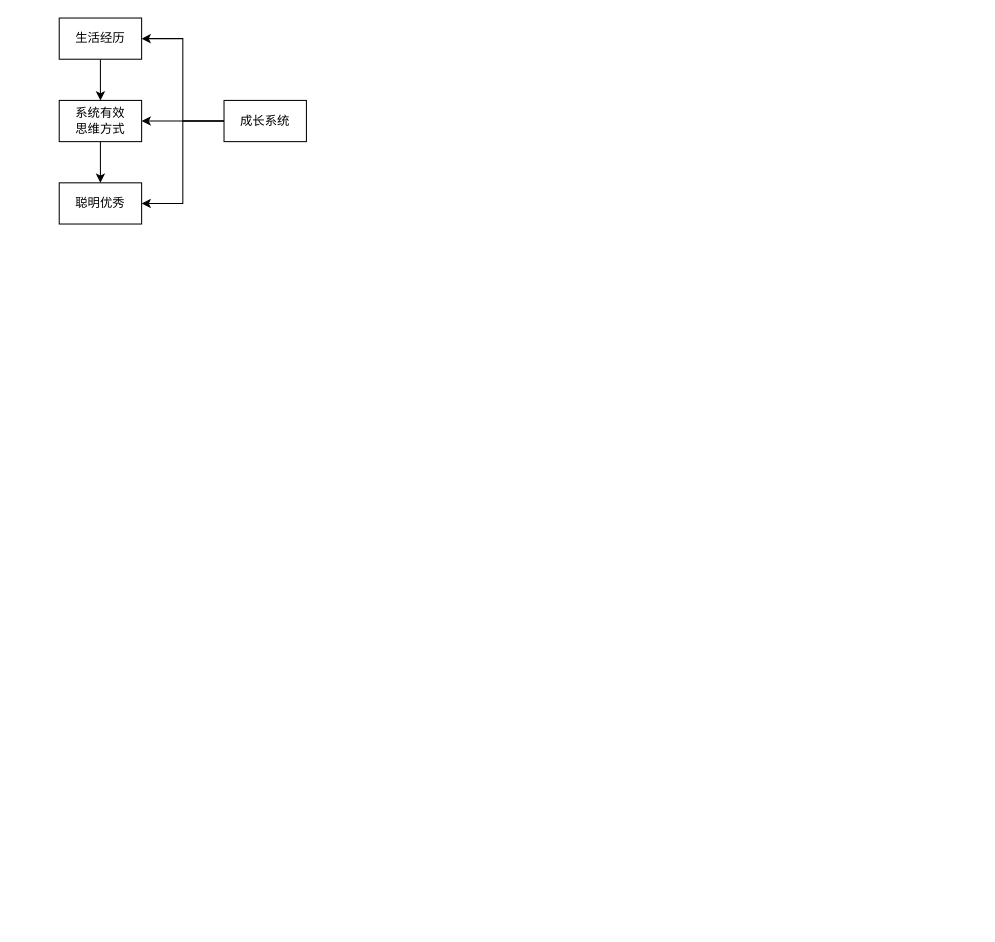
This is 深度思考.drawio from youyusan/open_mind, a draw.io file, before an edit. Source tidied: cells renumbered, new cells numbered last; positions are measured from the earlier drawing's top-left corner, leaving out a move shared by most shapes. Both pictures are drawn from the tidied source at 103%, with x=0, y=0 at pixel (59, 18).
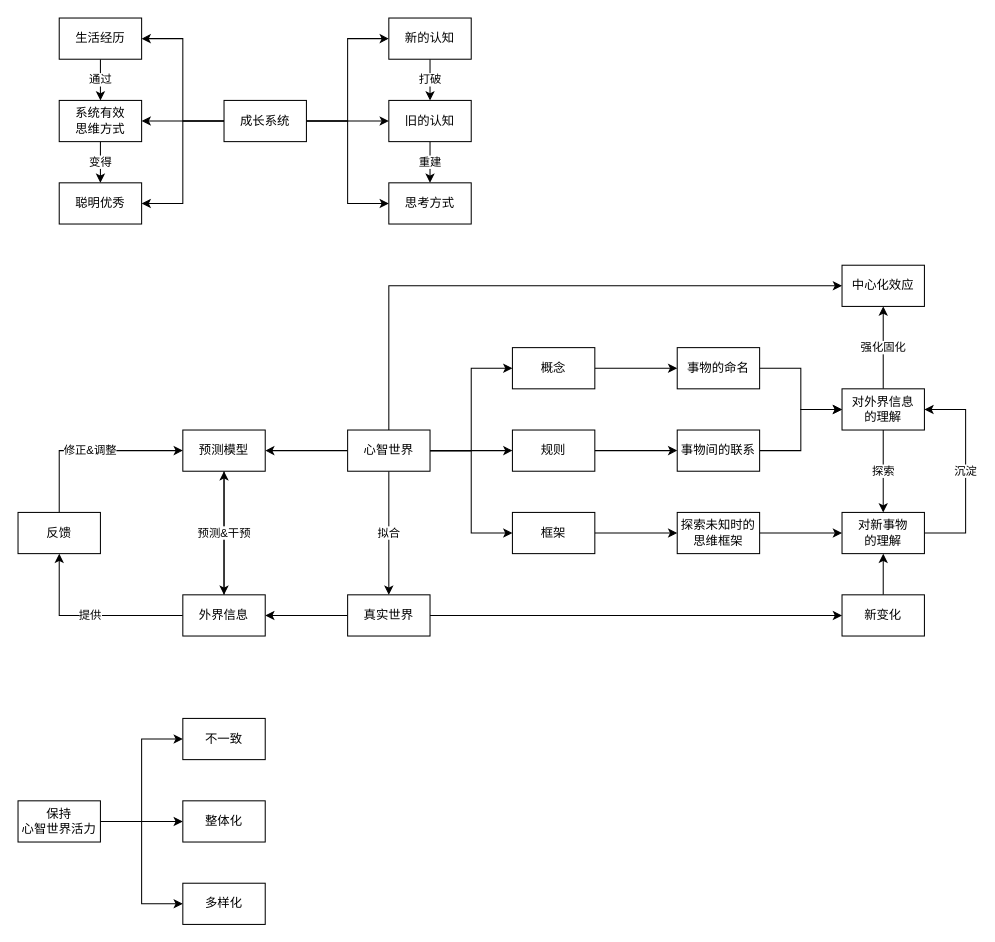
The same page after the edit.

Commit message (it also covers changes not shown here):
更新深度思考.drawio

The change refers to these unchanged cells:
```xml
<mxCell id="3" value="生活经历" style="rounded=0;whiteSpace=wrap;html=1;flipV=1;flipH=1;" parent="1" vertex="1">
  <mxGeometry width="80" height="40" as="geometry" />
</mxCell>
<mxCell id="5" value="系统有效&lt;br&gt;思维方式" style="rounded=0;whiteSpace=wrap;html=1;flipV=1;flipH=1;" parent="1" vertex="1">
  <mxGeometry y="80" width="80" height="40" as="geometry" />
</mxCell>
<mxCell id="6" value="聪明优秀" style="rounded=0;whiteSpace=wrap;html=1;flipV=1;flipH=1;" parent="1" vertex="1">
  <mxGeometry y="160" width="80" height="40" as="geometry" />
</mxCell>
<mxCell id="10" value="成长系统" style="rounded=0;whiteSpace=wrap;html=1;" parent="1" vertex="1">
  <mxGeometry x="160" y="80" width="80" height="40" as="geometry" />
</mxCell>
```

Change to the diagram source:
```diff
@@
-    <mxCell id="2" style="edgeStyle=orthogonalEdgeStyle;rounded=0;jettySize=auto;html=1;" parent="1" edge="1" source="3" target="5">
+    <mxCell id="2" value="通过" style="edgeStyle=orthogonalEdgeStyle;rounded=0;jettySize=auto;html=1;" parent="1" edge="1" source="3" target="5">
       <mxGeometry relative="1" as="geometry" />
     </mxCell>
@@
-    <mxCell id="4" style="edgeStyle=orthogonalEdgeStyle;rounded=0;jettySize=auto;html=1;" parent="1" edge="1" source="5" target="6">
+    <mxCell id="4" value="变得" style="edgeStyle=orthogonalEdgeStyle;rounded=0;jettySize=auto;html=1;" parent="1" edge="1" source="5" target="6">
       <mxGeometry relative="1" as="geometry" />
     </mxCell>
@@
+    <mxCell id="11" style="edgeStyle=orthogonalEdgeStyle;rounded=0;jettySize=auto;html=1;entryX=0;entryY=0.5;entryDx=0;entryDy=0;" parent="1" edge="1" source="10" target="25">
+      <mxGeometry relative="1" as="geometry" />
+    </mxCell>
+    <mxCell id="12" style="edgeStyle=orthogonalEdgeStyle;rounded=0;jettySize=auto;html=1;entryX=0;entryY=0.5;entryDx=0;entryDy=0;" parent="1" edge="1" source="10" target="27">
+      <mxGeometry relative="1" as="geometry" />
+    </mxCell>
+    <mxCell id="13" style="edgeStyle=orthogonalEdgeStyle;rounded=0;jettySize=auto;html=1;entryX=0;entryY=0.5;entryDx=0;entryDy=0;" parent="1" edge="1" source="10" target="28">
+      <mxGeometry relative="1" as="geometry" />
+    </mxCell>
@@
+    <mxCell id="14" value="拟合" style="edgeStyle=orthogonalEdgeStyle;rounded=0;jettySize=auto;html=1;" parent="1" edge="1" source="20" target="23">
+      <mxGeometry relative="1" as="geometry" />
+    </mxCell>
+    <mxCell id="15" style="edgeStyle=orthogonalEdgeStyle;rounded=0;jettySize=auto;html=1;entryX=1;entryY=0.5;entryDx=0;entryDy=0;" parent="1" edge="1" source="20" target="30">
+      <mxGeometry relative="1" as="geometry" />
+    </mxCell>
+    <mxCell id="16" style="edgeStyle=orthogonalEdgeStyle;rounded=0;jettySize=auto;html=1;entryX=0;entryY=0.5;entryDx=0;entryDy=0;" parent="1" edge="1" source="20" target="37">
+      <mxGeometry relative="1" as="geometry" />
+    </mxCell>
+    <mxCell id="17" style="edgeStyle=orthogonalEdgeStyle;rounded=0;jettySize=auto;html=1;" parent="1" edge="1" source="20" target="39">
+      <mxGeometry relative="1" as="geometry" />
+    </mxCell>
+    <mxCell id="18" style="edgeStyle=orthogonalEdgeStyle;rounded=0;jettySize=auto;html=1;entryX=0;entryY=0.5;entryDx=0;entryDy=0;" parent="1" edge="1" source="20" target="41">
+      <mxGeometry relative="1" as="geometry" />
+    </mxCell>
+    <mxCell id="19" style="edgeStyle=orthogonalEdgeStyle;rounded=0;jettySize=auto;html=1;entryX=0;entryY=0.5;entryDx=0;entryDy=0;" parent="1" edge="1" source="20" target="55">
+      <mxGeometry relative="1" as="geometry">
+        <Array as="points">
+          <mxPoint x="320" y="260" />
+        </Array>
+      </mxGeometry>
+    </mxCell>
+    <mxCell id="20" value="心智世界" style="rounded=0;whiteSpace=wrap;html=1;" parent="1" vertex="1">
+      <mxGeometry x="280" y="400" width="80" height="40" as="geometry" />
+    </mxCell>
+    <mxCell id="21" style="edgeStyle=orthogonalEdgeStyle;rounded=0;jettySize=auto;html=1;" parent="1" edge="1" source="23" target="35">
+      <mxGeometry relative="1" as="geometry" />
+    </mxCell>
+    <mxCell id="22" style="edgeStyle=orthogonalEdgeStyle;rounded=0;jettySize=auto;html=1;entryX=0;entryY=0.5;entryDx=0;entryDy=0;" parent="1" edge="1" source="23" target="54">
+      <mxGeometry relative="1" as="geometry" />
+    </mxCell>
+    <mxCell id="23" value="真实世界" style="rounded=0;whiteSpace=wrap;html=1;" parent="1" vertex="1">
+      <mxGeometry x="280" y="560" width="80" height="40" as="geometry" />
+    </mxCell>
+    <mxCell id="24" value="打破" style="edgeStyle=orthogonalEdgeStyle;rounded=0;jettySize=auto;html=1;entryX=0.5;entryY=0;entryDx=0;entryDy=0;" parent="1" edge="1" source="25" target="27">
+      <mxGeometry relative="1" as="geometry" />
+    </mxCell>
+    <mxCell id="25" value="新的认知" style="rounded=0;whiteSpace=wrap;html=1;" parent="1" vertex="1">
+      <mxGeometry x="320" width="80" height="40" as="geometry" />
+    </mxCell>
+    <mxCell id="26" value="重建" style="edgeStyle=orthogonalEdgeStyle;rounded=0;jettySize=auto;html=1;" parent="1" edge="1" source="27" target="28">
+      <mxGeometry relative="1" as="geometry" />
+    </mxCell>
+    <mxCell id="27" value="旧的认知" style="rounded=0;whiteSpace=wrap;html=1;" parent="1" vertex="1">
+      <mxGeometry x="320" y="80" width="80" height="40" as="geometry" />
+    </mxCell>
+    <mxCell id="28" value="思考方式" style="rounded=0;whiteSpace=wrap;html=1;" parent="1" vertex="1">
+      <mxGeometry x="320" y="160" width="80" height="40" as="geometry" />
+    </mxCell>
+    <mxCell id="29" style="edgeStyle=orthogonalEdgeStyle;rounded=0;jettySize=auto;html=1;" parent="1" edge="1" source="30" target="35">
+      <mxGeometry relative="1" as="geometry" />
+    </mxCell>
+    <mxCell id="30" value="预测模型" style="rounded=0;whiteSpace=wrap;html=1;" parent="1" vertex="1">
+      <mxGeometry x="120" y="400" width="80" height="40" as="geometry" />
+    </mxCell>
+    <mxCell id="31" value="修正&amp;amp;调整" style="edgeStyle=orthogonalEdgeStyle;rounded=0;jettySize=auto;html=1;entryX=0;entryY=0.5;entryDx=0;entryDy=0;" parent="1" edge="1" source="32" target="30">
+      <mxGeometry relative="1" as="geometry">
+        <Array as="points">
+          <mxPoint y="420" />
+        </Array>
+      </mxGeometry>
+    </mxCell>
+    <mxCell id="32" value="反馈" style="rounded=0;whiteSpace=wrap;html=1;" parent="1" vertex="1">
+      <mxGeometry x="-40" y="480" width="80" height="40" as="geometry" />
+    </mxCell>
+    <mxCell id="33" value="提供" style="edgeStyle=orthogonalEdgeStyle;rounded=0;jettySize=auto;html=1;entryX=0.5;entryY=1;entryDx=0;entryDy=0;" parent="1" edge="1" source="35" target="32">
+      <mxGeometry relative="1" as="geometry" />
+    </mxCell>
+    <mxCell id="34" value="预测&amp;amp;干预" style="edgeStyle=orthogonalEdgeStyle;rounded=0;jettySize=auto;html=1;entryX=0.5;entryY=1;entryDx=0;entryDy=0;" parent="1" edge="1" source="35" target="30">
+      <mxGeometry relative="1" as="geometry" />
+    </mxCell>
+    <mxCell id="35" value="外界信息" style="rounded=0;whiteSpace=wrap;html=1;" parent="1" vertex="1">
+      <mxGeometry x="120" y="560" width="80" height="40" as="geometry" />
+    </mxCell>
+    <mxCell id="36" style="edgeStyle=orthogonalEdgeStyle;rounded=0;jettySize=auto;html=1;" parent="1" edge="1" source="37" target="43">
+      <mxGeometry relative="1" as="geometry" />
+    </mxCell>
+    <mxCell id="37" value="概念" style="rounded=0;whiteSpace=wrap;html=1;" parent="1" vertex="1">
+      <mxGeometry x="440" y="320" width="80" height="40" as="geometry" />
+    </mxCell>
+    <mxCell id="38" style="edgeStyle=orthogonalEdgeStyle;rounded=0;jettySize=auto;html=1;" parent="1" edge="1" source="39" target="45">
+      <mxGeometry relative="1" as="geometry" />
+    </mxCell>
+    <mxCell id="39" value="规则" style="rounded=0;whiteSpace=wrap;html=1;" parent="1" vertex="1">
+      <mxGeometry x="440" y="400" width="80" height="40" as="geometry" />
+    </mxCell>
+    <mxCell id="40" style="edgeStyle=orthogonalEdgeStyle;rounded=0;jettySize=auto;html=1;" parent="1" edge="1" source="41" target="47">
+      <mxGeometry relative="1" as="geometry" />
+    </mxCell>
+    <mxCell id="41" value="框架" style="rounded=0;whiteSpace=wrap;html=1;" parent="1" vertex="1">
+      <mxGeometry x="440" y="480" width="80" height="40" as="geometry" />
+    </mxCell>
+    <mxCell id="42" style="edgeStyle=orthogonalEdgeStyle;rounded=0;jettySize=auto;html=1;" parent="1" edge="1" source="43" target="52">
+      <mxGeometry relative="1" as="geometry" />
+    </mxCell>
+    <mxCell id="43" value="事物的命名" style="rounded=0;whiteSpace=wrap;html=1;" parent="1" vertex="1">
+      <mxGeometry x="600" y="320" width="80" height="40" as="geometry" />
+    </mxCell>
+    <mxCell id="44" style="edgeStyle=orthogonalEdgeStyle;rounded=0;jettySize=auto;html=1;entryX=0;entryY=0.5;entryDx=0;entryDy=0;" parent="1" edge="1" source="45" target="52">
+      <mxGeometry relative="1" as="geometry" />
+    </mxCell>
+    <mxCell id="45" value="事物间的联系" style="rounded=0;whiteSpace=wrap;html=1;" parent="1" vertex="1">
+      <mxGeometry x="600" y="400" width="80" height="40" as="geometry" />
+    </mxCell>
+    <mxCell id="46" style="edgeStyle=orthogonalEdgeStyle;rounded=0;jettySize=auto;html=1;entryX=0;entryY=0.5;entryDx=0;entryDy=0;" parent="1" edge="1" source="47" target="49">
+      <mxGeometry relative="1" as="geometry" />
+    </mxCell>
+    <mxCell id="47" value="探索未知时的&lt;br&gt;思维框架" style="rounded=0;whiteSpace=wrap;html=1;" parent="1" vertex="1">
+      <mxGeometry x="600" y="480" width="80" height="40" as="geometry" />
+    </mxCell>
+    <mxCell id="48" value="沉淀" style="edgeStyle=orthogonalEdgeStyle;rounded=0;jettySize=auto;html=1;entryX=1;entryY=0.5;entryDx=0;entryDy=0;" parent="1" edge="1" source="49" target="52">
+      <mxGeometry relative="1" as="geometry">
+        <Array as="points">
+          <mxPoint x="880" y="500" />
+          <mxPoint x="880" y="380" />
+        </Array>
+      </mxGeometry>
+    </mxCell>
+    <mxCell id="49" value="对新事物&lt;br&gt;的理解" style="rounded=0;whiteSpace=wrap;html=1;" parent="1" vertex="1">
+      <mxGeometry x="760" y="480" width="80" height="40" as="geometry" />
+    </mxCell>
+    <mxCell id="50" value="探索" style="edgeStyle=orthogonalEdgeStyle;rounded=0;jettySize=auto;html=1;entryX=0.5;entryY=0;entryDx=0;entryDy=0;" parent="1" edge="1" source="52" target="49">
+      <mxGeometry relative="1" as="geometry" />
+    </mxCell>
+    <mxCell id="51" value="强化固化" style="edgeStyle=orthogonalEdgeStyle;rounded=0;jettySize=auto;html=1;entryX=0.5;entryY=1;entryDx=0;entryDy=0;" parent="1" edge="1" source="52" target="55">
+      <mxGeometry relative="1" as="geometry">
+        <Array as="points">
+          <mxPoint x="800" y="320" />
+          <mxPoint x="800" y="320" />
+        </Array>
+      </mxGeometry>
+    </mxCell>
+    <mxCell id="52" value="对外界信息&lt;br&gt;的理解" style="rounded=0;whiteSpace=wrap;html=1;" parent="1" vertex="1">
+      <mxGeometry x="760" y="360" width="80" height="40" as="geometry" />
+    </mxCell>
+    <mxCell id="53" style="edgeStyle=orthogonalEdgeStyle;rounded=0;jettySize=auto;html=1;entryX=0.5;entryY=1;entryDx=0;entryDy=0;" parent="1" edge="1" source="54" target="49">
+      <mxGeometry relative="1" as="geometry" />
+    </mxCell>
+    <mxCell id="54" value="新变化" style="rounded=0;whiteSpace=wrap;html=1;" parent="1" vertex="1">
+      <mxGeometry x="760" y="560" width="80" height="40" as="geometry" />
+    </mxCell>
+    <mxCell id="55" value="中心化效应" style="rounded=0;whiteSpace=wrap;html=1;" parent="1" vertex="1">
+      <mxGeometry x="760" y="240" width="80" height="40" as="geometry" />
+    </mxCell>
+    <mxCell id="56" style="edgeStyle=orthogonalEdgeStyle;rounded=0;jettySize=auto;html=1;entryX=0;entryY=0.5;entryDx=0;entryDy=0;" parent="1" edge="1" source="59" target="60">
+      <mxGeometry relative="1" as="geometry" />
+    </mxCell>
+    <mxCell id="57" style="edgeStyle=orthogonalEdgeStyle;rounded=0;jettySize=auto;html=1;entryX=0;entryY=0.5;entryDx=0;entryDy=0;" parent="1" edge="1" source="59" target="61">
+      <mxGeometry relative="1" as="geometry" />
+    </mxCell>
+    <mxCell id="58" style="edgeStyle=orthogonalEdgeStyle;rounded=0;jettySize=auto;html=1;entryX=0;entryY=0.5;entryDx=0;entryDy=0;" parent="1" edge="1" source="59" target="62">
+      <mxGeometry relative="1" as="geometry" />
+    </mxCell>
+    <mxCell id="59" value="保持&lt;br&gt;心智世界活力" style="rounded=0;whiteSpace=wrap;html=1;" parent="1" vertex="1">
+      <mxGeometry x="-40" y="760" width="80" height="40" as="geometry" />
+    </mxCell>
+    <mxCell id="60" value="不一致" style="rounded=0;whiteSpace=wrap;html=1;" parent="1" vertex="1">
+      <mxGeometry x="120" y="680" width="80" height="40" as="geometry" />
+    </mxCell>
+    <mxCell id="61" value="整体化" style="rounded=0;whiteSpace=wrap;html=1;" parent="1" vertex="1">
+      <mxGeometry x="120" y="760" width="80" height="40" as="geometry" />
+    </mxCell>
+    <mxCell id="62" value="多样化" style="rounded=0;whiteSpace=wrap;html=1;" parent="1" vertex="1">
+      <mxGeometry x="120" y="840" width="80" height="40" as="geometry" />
+    </mxCell>
```
